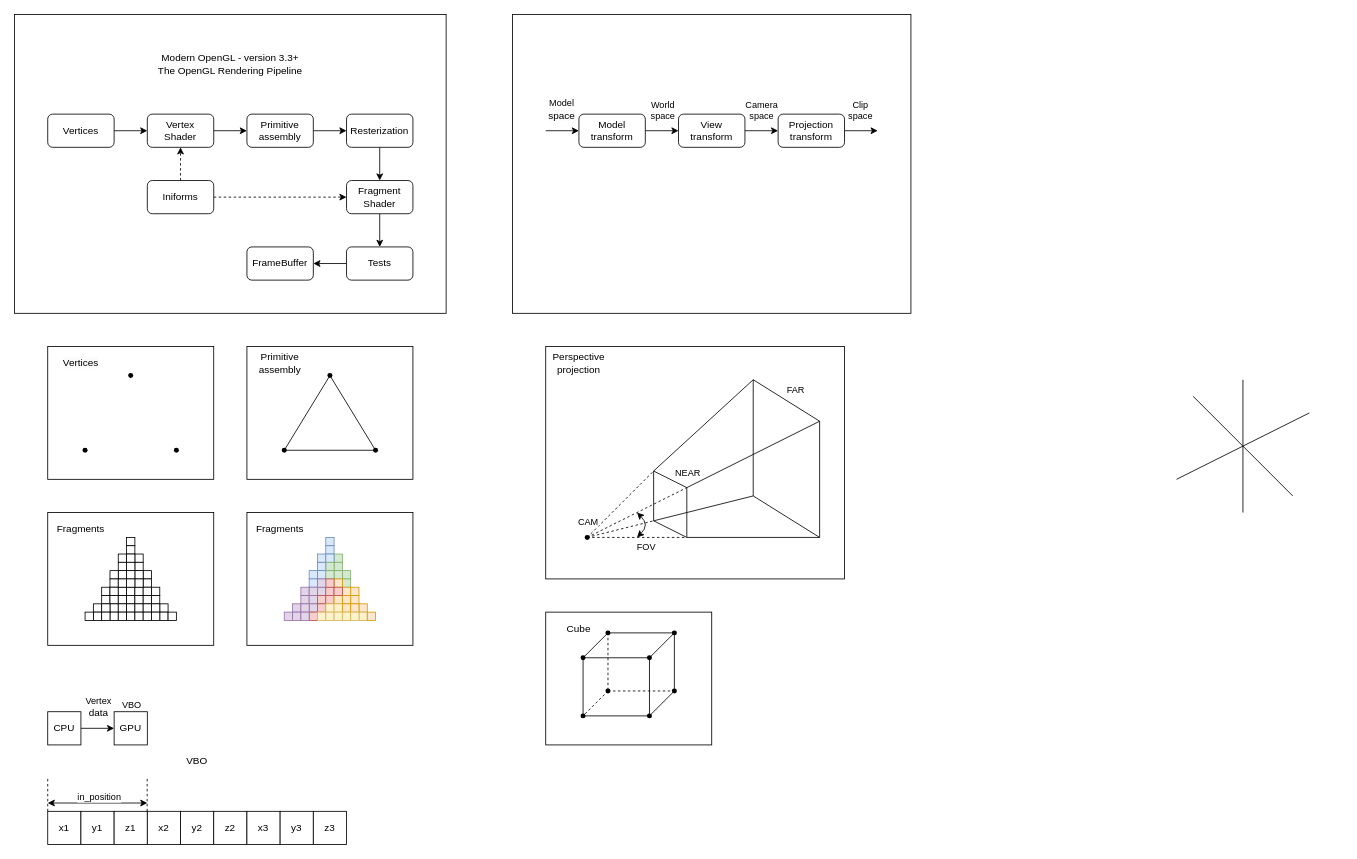
This is opengl.drawio from knorke102/schemes, a draw.io file, before an edit. Source tidied: cells renumbered, new cells numbered last; positions are measured from the earlier drawing's top-left corner, leaving out a move shared by most shapes. Both pictures are drawn from the tidied source at 83%, with x=0, y=0 at pixel (14, 14).
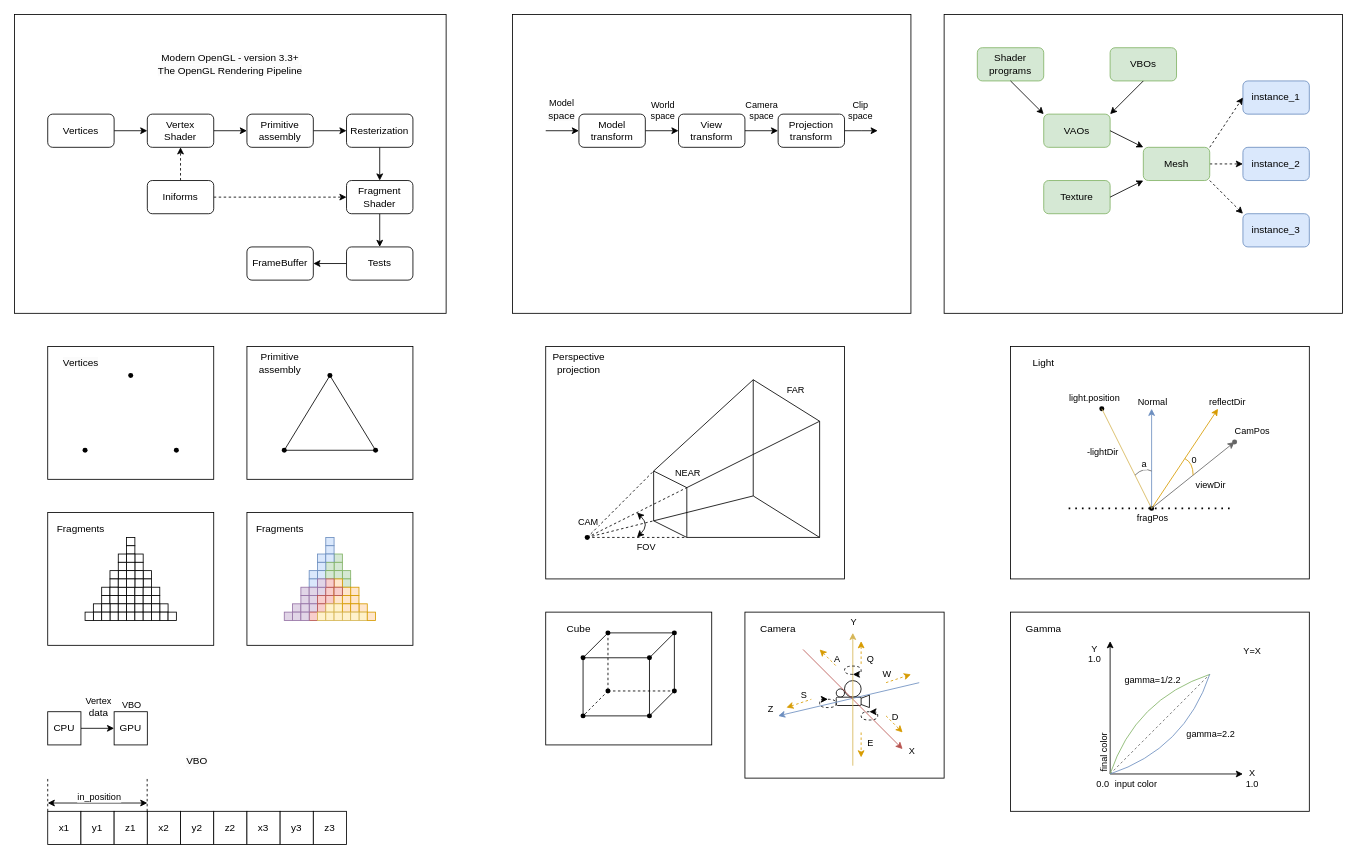
Above is the later version.

The change refers to these unchanged cells:
```xml
<mxCell id="165" style="shape=waypoint;sketch=0;fillStyle=solid;size=6;points=[];fillColor=none;perimeter=centerPerimeter;snapToPoint=1;" parent="1" vertex="1">
  <mxGeometry x="680" y="840" width="10" height="10" as="geometry" />
</mxCell>
<mxCell id="168" style="shape=waypoint;sketch=0;fillStyle=solid;size=6;points=[];fillColor=none;perimeter=centerPerimeter;snapToPoint=1;" parent="1" vertex="1">
  <mxGeometry x="760" y="840" width="10" height="10" as="geometry" />
</mxCell>
```

Change to the diagram source:
```diff
@@
+    <mxCell id="222" style="rounded=0;whiteSpace=wrap;html=1;" parent="1" vertex="1">
+      <mxGeometry x="1200" y="720" width="360" height="240" as="geometry" />
+    </mxCell>
+    <mxCell id="223" style="rounded=0;whiteSpace=wrap;html=1;" parent="1" vertex="1">
+      <mxGeometry x="1120" width="480" height="360" as="geometry" />
+    </mxCell>
+    <mxCell id="224" style="rounded=0;whiteSpace=wrap;html=1;" parent="1" vertex="1">
+      <mxGeometry x="1200" y="400" width="360" height="280" as="geometry" />
+    </mxCell>
+    <mxCell id="225" style="rounded=0;whiteSpace=wrap;html=1;" parent="1" vertex="1">
+      <mxGeometry x="880" y="720" width="240" height="200" as="geometry" />
+    </mxCell>
+    <mxCell id="226" style="ellipse;whiteSpace=wrap;html=1;" parent="1" vertex="1">
+      <mxGeometry x="990" y="812.5" width="10" height="10" as="geometry" />
+    </mxCell>
+    <mxCell id="227" style="ellipse;whiteSpace=wrap;html=1;" parent="1" vertex="1">
+      <mxGeometry x="1000" y="802.5" width="20" height="20" as="geometry" />
+    </mxCell>
+    <mxCell id="228" style="triangle;whiteSpace=wrap;html=1;rotation=-180;" parent="1" vertex="1">
+      <mxGeometry x="1010" y="820" width="20" height="15" as="geometry" />
+    </mxCell>
+    <mxCell id="229" style="rounded=1;whiteSpace=wrap;html=1;" parent="1" vertex="1">
+      <mxGeometry x="990" y="822.5" width="30" height="10" as="geometry" />
+    </mxCell>
@@
-    <mxCell id="180" style="endArrow=none;html=1;rounded=0;exitX=0;exitY=0.54;exitDx=0;exitDy=0;exitPerimeter=0;entryX=0.84;entryY=0.9;entryDx=0;entryDy=0;entryPerimeter=0;" parent="1" edge="1" source="165" target="168">
-      <mxGeometry relative="1" as="geometry" />
+    <mxCell id="180" style="endArrow=none;html=1;rounded=0;exitX=0;exitY=0.54;exitDx=0;exitDy=0;exitPerimeter=0;" parent="1" edge="1" source="165">
+      <mxGeometry relative="1" as="geometry">
+        <mxPoint x="765" y="845" as="targetPoint" />
+      </mxGeometry>
     </mxCell>
@@
-    <mxCell id="219" style="endArrow=none;html=1;rounded=0;" parent="1" edge="1">
+    <mxCell id="219" style="endArrow=none;html=1;rounded=0;startArrow=classic;startFill=1;fillColor=#dae8fc;strokeColor=#6c8ebf;" parent="1" edge="1">
       <mxGeometry relative="1" as="geometry">
-        <mxPoint x="1400" y="560" as="sourcePoint" />
-        <mxPoint x="1560" y="480" as="targetPoint" />
+        <mxPoint x="920" y="845" as="sourcePoint" />
+        <mxPoint x="1090" y="805" as="targetPoint" />
       </mxGeometry>
     </mxCell>
-    <mxCell id="220" style="endArrow=none;html=1;rounded=0;" parent="1" edge="1">
+    <mxCell id="220" style="endArrow=none;html=1;rounded=0;startArrow=classic;startFill=1;fillColor=#f8cecc;strokeColor=#b85450;" parent="1" edge="1">
       <mxGeometry relative="1" as="geometry">
-        <mxPoint x="1540" y="580" as="sourcePoint" />
-        <mxPoint x="1420" y="460" as="targetPoint" />
+        <mxPoint x="1070" y="885" as="sourcePoint" />
+        <mxPoint x="950" y="765" as="targetPoint" />
       </mxGeometry>
     </mxCell>
-    <mxCell id="221" style="endArrow=none;html=1;rounded=0;" parent="1" edge="1">
+    <mxCell id="221" style="endArrow=classic;html=1;rounded=0;endFill=1;fillColor=#fff2cc;strokeColor=#d6b656;" parent="1" edge="1">
       <mxGeometry relative="1" as="geometry">
-        <mxPoint x="1480" y="600" as="sourcePoint" />
-        <mxPoint x="1480" y="440" as="targetPoint" />
+        <mxPoint x="1010" y="905" as="sourcePoint" />
+        <mxPoint x="1010" y="745" as="targetPoint" />
       </mxGeometry>
     </mxCell>
+    <mxCell id="230" value="A" style="edgeLabel;html=1;align=center;verticalAlign=bottom;" parent="1" vertex="1">
+      <mxGeometry x="990" y="785" as="geometry" />
+    </mxCell>
+    <mxCell id="231" value="W" style="edgeLabel;html=1;align=center;verticalAlign=bottom;" parent="1" vertex="1">
+      <mxGeometry x="1050" y="802.5" as="geometry" />
+    </mxCell>
+    <mxCell id="232" value="S" style="edgeLabel;html=1;align=center;verticalAlign=bottom;" parent="1" vertex="1">
+      <mxGeometry x="950" y="827.5" as="geometry" />
+    </mxCell>
+    <mxCell id="233" value="Q" style="edgeLabel;html=1;align=center;verticalAlign=bottom;" parent="1" vertex="1">
+      <mxGeometry x="1030" y="785" as="geometry" />
+    </mxCell>
+    <mxCell id="234" value="E" style="edgeLabel;html=1;align=center;verticalAlign=top;" parent="1" vertex="1">
+      <mxGeometry x="1030" y="865" as="geometry" />
+    </mxCell>
+    <mxCell id="235" value="Y" style="edgeLabel;html=1;align=center;verticalAlign=bottom;" parent="1" vertex="1">
+      <mxGeometry x="1010" y="740" as="geometry" />
+    </mxCell>
+    <mxCell id="236" value="Z" style="edgeLabel;html=1;align=center;verticalAlign=bottom;" parent="1" vertex="1">
+      <mxGeometry x="910" y="845" as="geometry" />
+    </mxCell>
+    <mxCell id="237" value="X" style="edgeLabel;html=1;align=center;verticalAlign=bottom;" parent="1" vertex="1">
+      <mxGeometry x="1080" y="895" as="geometry" />
+    </mxCell>
+    <mxCell id="238" style="endArrow=classic;html=1;rounded=0;fillColor=#ffe6cc;strokeColor=#d79b00;dashed=1;" parent="1" edge="1">
+      <mxGeometry relative="1" as="geometry">
+        <mxPoint x="1050" y="805" as="sourcePoint" />
+        <mxPoint x="1080" y="795" as="targetPoint" />
+      </mxGeometry>
+    </mxCell>
+    <mxCell id="239" value="D" style="edgeLabel;html=1;align=center;verticalAlign=bottom;" parent="1" vertex="1">
+      <mxGeometry x="1060" y="855" as="geometry" />
+    </mxCell>
+    <mxCell id="240" style="endArrow=classic;html=1;rounded=0;fillColor=#ffe6cc;strokeColor=#d79b00;dashed=1;" parent="1" edge="1">
+      <mxGeometry relative="1" as="geometry">
+        <mxPoint x="1050" y="845" as="sourcePoint" />
+        <mxPoint x="1070" y="865" as="targetPoint" />
+      </mxGeometry>
+    </mxCell>
+    <mxCell id="241" style="endArrow=classic;html=1;rounded=0;fillColor=#ffe6cc;strokeColor=#d79b00;dashed=1;" parent="1" edge="1">
+      <mxGeometry relative="1" as="geometry">
+        <mxPoint x="1020" y="865" as="sourcePoint" />
+        <mxPoint x="1020" y="895" as="targetPoint" />
+      </mxGeometry>
+    </mxCell>
+    <mxCell id="242" style="endArrow=none;html=1;rounded=0;fillColor=#ffe6cc;strokeColor=#d79b00;dashed=1;endFill=0;startArrow=classic;startFill=1;" parent="1" edge="1">
+      <mxGeometry relative="1" as="geometry">
+        <mxPoint x="930" y="835" as="sourcePoint" />
+        <mxPoint x="960" y="825" as="targetPoint" />
+      </mxGeometry>
+    </mxCell>
+    <mxCell id="243" style="endArrow=none;html=1;rounded=0;fillColor=#ffe6cc;strokeColor=#d79b00;dashed=1;startArrow=classic;startFill=1;endFill=0;" parent="1" edge="1">
+      <mxGeometry relative="1" as="geometry">
+        <mxPoint x="970" y="765" as="sourcePoint" />
+        <mxPoint x="990" y="785" as="targetPoint" />
+      </mxGeometry>
+    </mxCell>
+    <mxCell id="244" style="endArrow=none;html=1;rounded=0;fillColor=#ffe6cc;strokeColor=#d79b00;dashed=1;startArrow=classic;startFill=1;endFill=0;" parent="1" edge="1">
+      <mxGeometry relative="1" as="geometry">
+        <mxPoint x="1020" y="755" as="sourcePoint" />
+        <mxPoint x="1020" y="785" as="targetPoint" />
+      </mxGeometry>
+    </mxCell>
+    <mxCell id="245" style="curved=1;endArrow=classic;html=1;rounded=0;dashed=1;shadow=0;" parent="1" edge="1">
+      <mxGeometry relative="1" as="geometry">
+        <mxPoint x="1030" y="840" as="sourcePoint" />
+        <mxPoint x="1030" y="840" as="targetPoint" />
+        <Array as="points">
+          <mxPoint x="1020" y="840" />
+          <mxPoint x="1020" y="850" />
+          <mxPoint x="1040" y="850" />
+          <mxPoint x="1040" y="840" />
+        </Array>
+      </mxGeometry>
+    </mxCell>
+    <mxCell id="246" style="curved=1;endArrow=classic;html=1;rounded=0;dashed=1;shadow=0;" parent="1" edge="1">
+      <mxGeometry relative="1" as="geometry">
+        <mxPoint x="980" y="825" as="sourcePoint" />
+        <mxPoint x="980" y="825" as="targetPoint" />
+        <Array as="points">
+          <mxPoint x="990" y="825" />
+          <mxPoint x="990" y="835" />
+          <mxPoint x="970" y="835" />
+          <mxPoint x="970" y="825" />
+        </Array>
+      </mxGeometry>
+    </mxCell>
+    <mxCell id="247" style="curved=1;endArrow=classic;html=1;rounded=0;dashed=1;shadow=0;" parent="1" edge="1">
+      <mxGeometry relative="1" as="geometry">
+        <mxPoint x="1010" y="795" as="sourcePoint" />
+        <mxPoint x="1010" y="795" as="targetPoint" />
+        <Array as="points">
+          <mxPoint x="1000" y="795" />
+          <mxPoint x="1000" y="785" />
+          <mxPoint x="1020" y="785" />
+          <mxPoint x="1020" y="795" />
+        </Array>
+      </mxGeometry>
+    </mxCell>
+    <mxCell id="248" value="Camera" style="text;whiteSpace=wrap;html=1;align=center;verticalAlign=middle;" parent="1" vertex="1">
+      <mxGeometry x="880" y="720" width="80" height="40" as="geometry" />
+    </mxCell>
+    <mxCell id="249" style="endArrow=none;dashed=1;html=1;dashPattern=1 3;strokeWidth=2;rounded=0;" parent="1" edge="1">
+      <mxGeometry relative="1" as="geometry">
+        <mxPoint x="1270" y="595" as="sourcePoint" />
+        <mxPoint x="1470" y="595" as="targetPoint" />
+      </mxGeometry>
+    </mxCell>
+    <mxCell id="250" style="shape=waypoint;sketch=0;fillStyle=solid;size=6;points=[];fillColor=none;perimeter=centerPerimeter;snapToPoint=1;" parent="1" vertex="1">
+      <mxGeometry x="1360" y="585" width="20" height="20" as="geometry" />
+    </mxCell>
+    <mxCell id="251" style="shape=waypoint;sketch=0;fillStyle=solid;size=6;points=[];fillColor=none;perimeter=centerPerimeter;snapToPoint=1;" parent="1" vertex="1">
+      <mxGeometry x="1300" y="465" width="20" height="20" as="geometry" />
+    </mxCell>
+    <mxCell id="252" style="endArrow=none;html=1;rounded=0;fillColor=#fff2cc;strokeColor=#d6b656;" parent="1" edge="1" source="250" target="251">
+      <mxGeometry relative="1" as="geometry" />
+    </mxCell>
+    <mxCell id="253" style="endArrow=classic;html=1;rounded=0;fillColor=#dae8fc;strokeColor=#6c8ebf;" parent="1" edge="1">
+      <mxGeometry relative="1" as="geometry">
+        <mxPoint x="1370" y="595" as="sourcePoint" />
+        <mxPoint x="1370" y="475" as="targetPoint" />
+      </mxGeometry>
+    </mxCell>
+    <mxCell id="254" style="endArrow=classic;html=1;rounded=0;fillColor=#ffe6cc;strokeColor=#d79b00;" parent="1" edge="1" source="250">
+      <mxGeometry relative="1" as="geometry">
+        <mxPoint x="1450" y="475" as="targetPoint" />
+      </mxGeometry>
+    </mxCell>
+    <mxCell id="255" style="endArrow=classic;html=1;rounded=0;entryX=0.92;entryY=0.534;entryDx=0;entryDy=0;entryPerimeter=0;fillColor=#f5f5f5;strokeColor=#666666;" parent="1" edge="1" target="259">
+      <mxGeometry relative="1" as="geometry">
+        <mxPoint x="1370" y="595" as="sourcePoint" />
+      </mxGeometry>
+    </mxCell>
+    <mxCell id="256" style="curved=1;endArrow=none;html=1;rounded=0;endFill=0;fillColor=#f5f5f5;strokeColor=#666666;" parent="1" edge="1">
+      <mxGeometry relative="1" as="geometry">
+        <mxPoint x="1350" y="555" as="sourcePoint" />
+        <mxPoint x="1370" y="550" as="targetPoint" />
+        <Array as="points">
+          <mxPoint x="1360" y="545" />
+        </Array>
+      </mxGeometry>
+    </mxCell>
+    <mxCell id="257" value="a" style="edgeLabel;html=1;align=center;verticalAlign=bottom;" parent="1" vertex="1">
+      <mxGeometry x="1360" y="550" as="geometry" />
+    </mxCell>
+    <mxCell id="258" value="0" style="edgeLabel;html=1;align=center;verticalAlign=bottom;" parent="1" vertex="1">
+      <mxGeometry x="1420" y="545" as="geometry" />
+    </mxCell>
+    <mxCell id="259" style="shape=waypoint;sketch=0;fillStyle=solid;size=6;points=[];fillColor=#f5f5f5;perimeter=centerPerimeter;snapToPoint=1;fontColor=#333333;strokeColor=#666666;" parent="1" vertex="1">
+      <mxGeometry x="1460" y="505" width="20" height="20" as="geometry" />
+    </mxCell>
+    <mxCell id="260" style="curved=1;endArrow=none;html=1;rounded=0;endFill=0;fillColor=#ffe6cc;strokeColor=#d79b00;" parent="1" edge="1">
+      <mxGeometry relative="1" as="geometry">
+        <mxPoint x="1410" y="535" as="sourcePoint" />
+        <mxPoint x="1420" y="555" as="targetPoint" />
+        <Array as="points">
+          <mxPoint x="1420" y="540" />
+        </Array>
+      </mxGeometry>
+    </mxCell>
+    <mxCell id="261" value="viewDir" style="edgeLabel;html=1;align=center;verticalAlign=bottom;" parent="1" vertex="1">
+      <mxGeometry x="1440" y="575" as="geometry" />
+    </mxCell>
+    <mxCell id="262" value="CamPos" style="edgeLabel;html=1;align=center;verticalAlign=bottom;" parent="1" vertex="1">
+      <mxGeometry x="1490" y="510" as="geometry" />
+    </mxCell>
+    <mxCell id="263" value="reflectDir" style="edgeLabel;html=1;align=center;verticalAlign=bottom;" parent="1" vertex="1">
+      <mxGeometry x="1460" y="475" as="geometry" />
+    </mxCell>
+    <mxCell id="264" value="Normal" style="edgeLabel;html=1;align=center;verticalAlign=bottom;" parent="1" vertex="1">
+      <mxGeometry x="1370" y="475" as="geometry" />
+    </mxCell>
+    <mxCell id="265" value="light.position" style="edgeLabel;html=1;align=center;verticalAlign=bottom;" parent="1" vertex="1">
+      <mxGeometry x="1300" y="470" as="geometry" />
+    </mxCell>
+    <mxCell id="266" value="fragPos" style="edgeLabel;html=1;align=center;verticalAlign=bottom;" parent="1" vertex="1">
+      <mxGeometry x="1370" y="615" as="geometry" />
+    </mxCell>
+    <mxCell id="267" value="-lightDir" style="edgeLabel;html=1;align=center;verticalAlign=bottom;" parent="1" vertex="1">
+      <mxGeometry x="1310" y="535" as="geometry" />
+    </mxCell>
+    <mxCell id="268" value="Light" style="text;whiteSpace=wrap;html=1;align=center;verticalAlign=middle;" parent="1" vertex="1">
+      <mxGeometry x="1200" y="400" width="80" height="40" as="geometry" />
+    </mxCell>
+    <mxCell id="269" value="Shader&lt;br&gt;programs" style="rounded=1;whiteSpace=wrap;html=1;fontSize=12;glass=0;strokeWidth=1;shadow=0;fillColor=#d5e8d4;strokeColor=#82b366;" parent="1" vertex="1">
+      <mxGeometry x="1160" y="40" width="80" height="40" as="geometry" />
+    </mxCell>
+    <mxCell id="270" value="VBOs" style="rounded=1;whiteSpace=wrap;html=1;fontSize=12;glass=0;strokeWidth=1;shadow=0;fillColor=#d5e8d4;strokeColor=#82b366;" parent="1" vertex="1">
+      <mxGeometry x="1320" y="40" width="80" height="40" as="geometry" />
+    </mxCell>
+    <mxCell id="271" value="VAOs" style="rounded=1;whiteSpace=wrap;html=1;fontSize=12;glass=0;strokeWidth=1;shadow=0;fillColor=#d5e8d4;strokeColor=#82b366;" parent="1" vertex="1">
+      <mxGeometry x="1240" y="120" width="80" height="40" as="geometry" />
+    </mxCell>
+    <mxCell id="272" value="Texture" style="rounded=1;whiteSpace=wrap;html=1;fontSize=12;glass=0;strokeWidth=1;shadow=0;fillColor=#d5e8d4;strokeColor=#82b366;" parent="1" vertex="1">
+      <mxGeometry x="1240" y="200" width="80" height="40" as="geometry" />
+    </mxCell>
+    <mxCell id="273" style="edgeStyle=orthogonalEdgeStyle;rounded=0;jettySize=auto;html=1;exitX=1;exitY=0.5;exitDx=0;exitDy=0;entryX=0;entryY=0.5;entryDx=0;entryDy=0;dashed=1;" parent="1" edge="1" source="274" target="276">
+      <mxGeometry relative="1" as="geometry" />
+    </mxCell>
+    <mxCell id="274" value="Mesh" style="rounded=1;whiteSpace=wrap;html=1;fontSize=12;glass=0;strokeWidth=1;shadow=0;fillColor=#d5e8d4;strokeColor=#82b366;" parent="1" vertex="1">
+      <mxGeometry x="1360" y="160" width="80" height="40" as="geometry" />
+    </mxCell>
+    <mxCell id="275" value="instance_1" style="rounded=1;whiteSpace=wrap;html=1;fontSize=12;glass=0;strokeWidth=1;shadow=0;fillColor=#dae8fc;strokeColor=#6c8ebf;" parent="1" vertex="1">
+      <mxGeometry x="1480" y="80" width="80" height="40" as="geometry" />
+    </mxCell>
+    <mxCell id="276" value="instance_2" style="rounded=1;whiteSpace=wrap;html=1;fontSize=12;glass=0;strokeWidth=1;shadow=0;fillColor=#dae8fc;strokeColor=#6c8ebf;" parent="1" vertex="1">
+      <mxGeometry x="1480" y="160" width="80" height="40" as="geometry" />
+    </mxCell>
+    <mxCell id="277" value="instance_3" style="rounded=1;whiteSpace=wrap;html=1;fontSize=12;glass=0;strokeWidth=1;shadow=0;fillColor=#dae8fc;strokeColor=#6c8ebf;" parent="1" vertex="1">
+      <mxGeometry x="1480" y="240" width="80" height="40" as="geometry" />
+    </mxCell>
+    <mxCell id="278" style="endArrow=classic;html=1;rounded=0;exitX=0.5;exitY=1;exitDx=0;exitDy=0;entryX=0;entryY=0;entryDx=0;entryDy=0;" parent="1" edge="1" source="269" target="271">
+      <mxGeometry relative="1" as="geometry" />
+    </mxCell>
+    <mxCell id="279" style="endArrow=classic;html=1;rounded=0;exitX=0.5;exitY=1;exitDx=0;exitDy=0;entryX=1;entryY=0;entryDx=0;entryDy=0;" parent="1" edge="1" source="270" target="271">
+      <mxGeometry relative="1" as="geometry" />
+    </mxCell>
+    <mxCell id="280" style="endArrow=classic;html=1;rounded=0;exitX=1;exitY=0.5;exitDx=0;exitDy=0;entryX=0;entryY=0;entryDx=0;entryDy=0;" parent="1" edge="1" source="271" target="274">
+      <mxGeometry relative="1" as="geometry" />
+    </mxCell>
+    <mxCell id="281" style="endArrow=classic;html=1;rounded=0;exitX=1;exitY=0.5;exitDx=0;exitDy=0;entryX=0;entryY=1;entryDx=0;entryDy=0;" parent="1" edge="1" source="272" target="274">
+      <mxGeometry relative="1" as="geometry" />
+    </mxCell>
+    <mxCell id="282" style="endArrow=classic;html=1;rounded=0;exitX=1;exitY=0;exitDx=0;exitDy=0;entryX=0;entryY=0.5;entryDx=0;entryDy=0;dashed=1;" parent="1" edge="1" source="274" target="275">
+      <mxGeometry relative="1" as="geometry" />
+    </mxCell>
+    <mxCell id="283" style="endArrow=classic;html=1;rounded=0;exitX=1;exitY=1;exitDx=0;exitDy=0;entryX=0;entryY=0.5;entryDx=0;entryDy=0;dashed=1;" parent="1" edge="1" source="274">
+      <mxGeometry relative="1" as="geometry">
+        <mxPoint x="1480" y="240" as="targetPoint" />
+      </mxGeometry>
+    </mxCell>
+    <mxCell id="284" style="endArrow=classic;html=1;rounded=0;" parent="1" edge="1">
+      <mxGeometry relative="1" as="geometry">
+        <mxPoint x="1320" y="915" as="sourcePoint" />
+        <mxPoint x="1320" y="755" as="targetPoint" />
+      </mxGeometry>
+    </mxCell>
+    <mxCell id="285" style="endArrow=classic;html=1;rounded=0;" parent="1" edge="1">
+      <mxGeometry relative="1" as="geometry">
+        <mxPoint x="1320" y="915" as="sourcePoint" />
+        <mxPoint x="1480" y="915" as="targetPoint" />
+      </mxGeometry>
+    </mxCell>
+    <mxCell id="286" style="endArrow=none;html=1;rounded=0;fillColor=#f5f5f5;strokeColor=#666666;dashed=1;" parent="1" edge="1">
+      <mxGeometry relative="1" as="geometry">
+        <mxPoint x="1320" y="915" as="sourcePoint" />
+        <mxPoint x="1440" y="795" as="targetPoint" />
+      </mxGeometry>
+    </mxCell>
+    <mxCell id="287" style="curved=1;endArrow=none;html=1;rounded=0;endFill=0;fillColor=#d5e8d4;strokeColor=#82b366;" parent="1" edge="1">
+      <mxGeometry relative="1" as="geometry">
+        <mxPoint x="1320" y="915" as="sourcePoint" />
+        <mxPoint x="1440" y="795" as="targetPoint" />
+        <Array as="points">
+          <mxPoint x="1350" y="825" />
+        </Array>
+      </mxGeometry>
+    </mxCell>
+    <mxCell id="288" style="curved=1;endArrow=none;html=1;rounded=0;endFill=0;fillColor=#dae8fc;strokeColor=#6c8ebf;" parent="1" edge="1">
+      <mxGeometry relative="1" as="geometry">
+        <mxPoint x="1440" y="795" as="sourcePoint" />
+        <mxPoint x="1320" y="915" as="targetPoint" />
+        <Array as="points">
+          <mxPoint x="1410" y="885" />
+        </Array>
+      </mxGeometry>
+    </mxCell>
+    <mxCell id="289" value="Y&lt;br&gt;1.0" style="edgeLabel;html=1;align=center;verticalAlign=bottom;" parent="1" vertex="1">
+      <mxGeometry x="1300" y="785" as="geometry" />
+    </mxCell>
+    <mxCell id="290" value="X&lt;br&gt;1.0" style="edgeLabel;html=1;align=center;verticalAlign=bottom;" parent="1" vertex="1">
+      <mxGeometry x="1490" y="935" as="geometry" />
+    </mxCell>
+    <mxCell id="291" value="0.0" style="edgeLabel;html=1;align=center;verticalAlign=bottom;" parent="1" vertex="1">
+      <mxGeometry x="1310" y="935" as="geometry" />
+    </mxCell>
+    <mxCell id="292" value="gamma=2.2" style="edgeLabel;html=1;align=center;verticalAlign=bottom;" parent="1" vertex="1">
+      <mxGeometry x="1440" y="875" as="geometry" />
+    </mxCell>
+    <mxCell id="293" value="Y=X" style="edgeLabel;html=1;align=center;verticalAlign=bottom;" parent="1" vertex="1">
+      <mxGeometry x="1490" y="775" as="geometry" />
+    </mxCell>
+    <mxCell id="294" value="gamma=1/2.2" style="edgeLabel;html=1;align=center;verticalAlign=bottom;" parent="1" vertex="1">
+      <mxGeometry x="1370" y="810" as="geometry" />
+    </mxCell>
+    <mxCell id="295" value="input color" style="edgeLabel;html=1;align=center;verticalAlign=bottom;" parent="1" vertex="1">
+      <mxGeometry x="1350" y="935" as="geometry" />
+    </mxCell>
+    <mxCell id="296" value="final color" style="edgeLabel;html=1;align=center;verticalAlign=bottom;horizontal=0;" parent="1" vertex="1">
+      <mxGeometry x="1320" y="890" as="geometry" />
+    </mxCell>
+    <mxCell id="297" value="Gamma" style="text;whiteSpace=wrap;html=1;align=center;verticalAlign=middle;" parent="1" vertex="1">
+      <mxGeometry x="1200" y="720" width="80" height="40" as="geometry" />
+    </mxCell>
```
